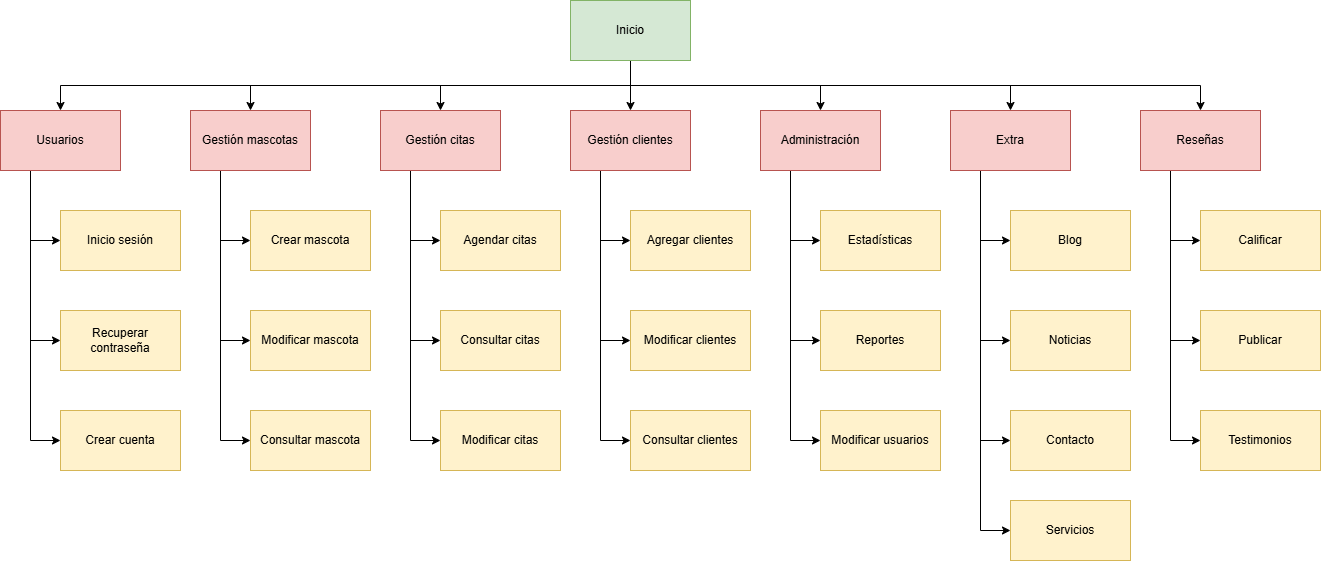
This is views/img/sitemap.png from JeremyAB2004/veterinaria_happy_dog, a draw.io export, as it was before one commit. Source tidied: cells renumbered, new cells last; positions are measured from the earlier drawing's top-left corner, leaving out a move shared by most shapes.
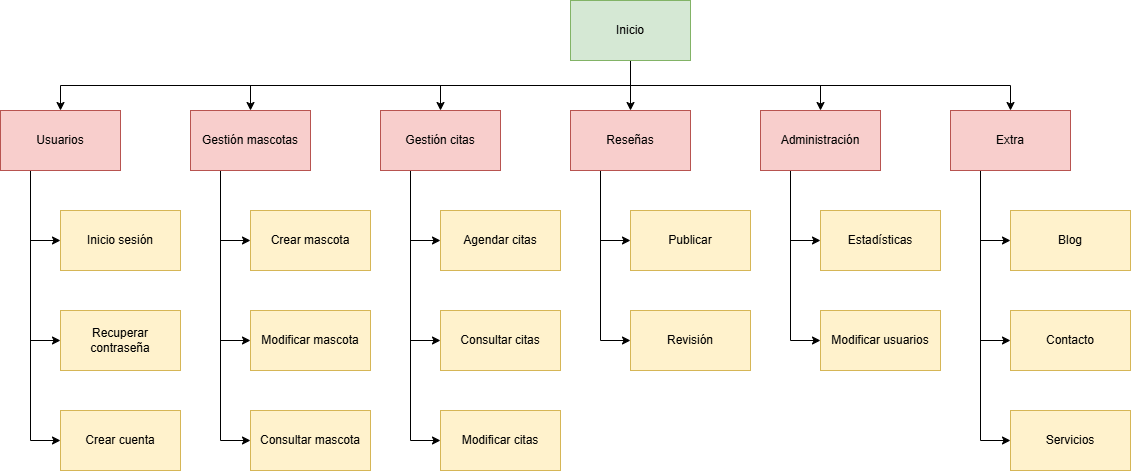
After the change.

Commit message:
Sitemap ajuste

Actualización del sitemap

Diff of the diagram source:
```diff
@@ -11,9 +11,6 @@
     <mxCell id="4" style="edgeStyle=orthogonalEdgeStyle;rounded=0;jettySize=auto;html=1;exitX=0.5;exitY=1;exitDx=0;exitDy=0;entryX=0.5;entryY=0;entryDx=0;entryDy=0;" parent="1" edge="1" source="9" target="26">
       <mxGeometry relative="1" as="geometry" />
     </mxCell>
-    <mxCell id="5" style="edgeStyle=orthogonalEdgeStyle;rounded=0;jettySize=auto;html=1;exitX=0.5;exitY=1;exitDx=0;exitDy=0;entryX=0.5;entryY=0;entryDx=0;entryDy=0;" parent="1" edge="1" source="9" target="38">
-      <mxGeometry relative="1" as="geometry" />
-    </mxCell>
     <mxCell id="6" style="edgeStyle=orthogonalEdgeStyle;rounded=0;jettySize=auto;html=1;exitX=0.5;exitY=1;exitDx=0;exitDy=0;entryX=0.5;entryY=0;entryDx=0;entryDy=0;" parent="1" edge="1" source="9" target="55">
       <mxGeometry relative="1" as="geometry" />
     </mxCell>
@@ -89,9 +86,6 @@
     <mxCell id="30" style="edgeStyle=orthogonalEdgeStyle;rounded=0;jettySize=auto;html=1;exitX=0.25;exitY=1;exitDx=0;exitDy=0;entryX=0;entryY=0.5;entryDx=0;entryDy=0;" parent="1" edge="1" source="33" target="34">
       <mxGeometry relative="1" as="geometry" />
     </mxCell>
-    <mxCell id="31" style="edgeStyle=orthogonalEdgeStyle;rounded=0;jettySize=auto;html=1;exitX=0.25;exitY=1;exitDx=0;exitDy=0;entryX=0;entryY=0.5;entryDx=0;entryDy=0;" parent="1" edge="1" source="33" target="42">
-      <mxGeometry relative="1" as="geometry" />
-    </mxCell>
     <mxCell id="32" style="edgeStyle=orthogonalEdgeStyle;rounded=0;jettySize=auto;html=1;exitX=0.25;exitY=1;exitDx=0;exitDy=0;entryX=0;entryY=0.5;entryDx=0;entryDy=0;" parent="1" edge="1" source="33" target="43">
       <mxGeometry relative="1" as="geometry" />
     </mxCell>
@@ -101,39 +95,12 @@
     <mxCell id="34" value="Estadísticas" style="rounded=0;whiteSpace=wrap;html=1;fillColor=#fff2cc;strokeColor=#d6b656;fillStyle=auto;" parent="1" vertex="1">
       <mxGeometry x="820" y="210" width="120" height="60" as="geometry" />
     </mxCell>
-    <mxCell id="35" style="edgeStyle=orthogonalEdgeStyle;rounded=0;jettySize=auto;html=1;exitX=0.25;exitY=1;exitDx=0;exitDy=0;entryX=0;entryY=0.5;entryDx=0;entryDy=0;" parent="1" edge="1" source="38" target="39">
-      <mxGeometry relative="1" as="geometry" />
-    </mxCell>
-    <mxCell id="36" style="edgeStyle=orthogonalEdgeStyle;rounded=0;jettySize=auto;html=1;exitX=0.25;exitY=1;exitDx=0;exitDy=0;entryX=0;entryY=0.5;entryDx=0;entryDy=0;" parent="1" edge="1" source="38" target="40">
-      <mxGeometry relative="1" as="geometry" />
-    </mxCell>
-    <mxCell id="37" style="edgeStyle=orthogonalEdgeStyle;rounded=0;jettySize=auto;html=1;exitX=0.25;exitY=1;exitDx=0;exitDy=0;entryX=0;entryY=0.5;entryDx=0;entryDy=0;" parent="1" edge="1" source="38" target="41">
-      <mxGeometry relative="1" as="geometry" />
-    </mxCell>
-    <mxCell id="38" value="Gestión clientes" style="rounded=0;whiteSpace=wrap;html=1;fillColor=#f8cecc;strokeColor=#b85450;" parent="1" vertex="1">
-      <mxGeometry x="570" y="110" width="120" height="60" as="geometry" />
-    </mxCell>
-    <mxCell id="39" value="Agregar clientes" style="rounded=0;whiteSpace=wrap;html=1;fillColor=#fff2cc;strokeColor=#d6b656;fillStyle=auto;" parent="1" vertex="1">
-      <mxGeometry x="630" y="210" width="120" height="60" as="geometry" />
-    </mxCell>
-    <mxCell id="40" value="Modificar clientes" style="rounded=0;whiteSpace=wrap;html=1;fillColor=#fff2cc;strokeColor=#d6b656;fillStyle=auto;" parent="1" vertex="1">
-      <mxGeometry x="630" y="310" width="120" height="60" as="geometry" />
-    </mxCell>
-    <mxCell id="41" value="Consultar clientes" style="rounded=0;whiteSpace=wrap;html=1;fillColor=#fff2cc;strokeColor=#d6b656;fillStyle=auto;" parent="1" vertex="1">
-      <mxGeometry x="630" y="410" width="120" height="60" as="geometry" />
-    </mxCell>
-    <mxCell id="42" value="Reportes" style="rounded=0;whiteSpace=wrap;html=1;fillColor=#fff2cc;strokeColor=#d6b656;fillStyle=auto;" parent="1" vertex="1">
-      <mxGeometry x="820" y="310" width="120" height="60" as="geometry" />
-    </mxCell>
     <mxCell id="43" value="Modificar usuarios" style="rounded=0;whiteSpace=wrap;html=1;fillColor=#fff2cc;strokeColor=#d6b656;fillStyle=auto;" parent="1" vertex="1">
-      <mxGeometry x="820" y="410" width="120" height="60" as="geometry" />
+      <mxGeometry x="820" y="310" width="120" height="60" as="geometry" />
     </mxCell>
     <mxCell id="44" style="edgeStyle=orthogonalEdgeStyle;rounded=0;jettySize=auto;html=1;exitX=0.25;exitY=1;exitDx=0;exitDy=0;entryX=0;entryY=0.5;entryDx=0;entryDy=0;" parent="1" edge="1" source="48" target="49">
       <mxGeometry relative="1" as="geometry" />
     </mxCell>
-    <mxCell id="45" style="edgeStyle=orthogonalEdgeStyle;rounded=0;jettySize=auto;html=1;exitX=0.25;exitY=1;exitDx=0;exitDy=0;entryX=0;entryY=0.5;entryDx=0;entryDy=0;" parent="1" edge="1" source="48" target="50">
-      <mxGeometry relative="1" as="geometry" />
-    </mxCell>
     <mxCell id="46" style="edgeStyle=orthogonalEdgeStyle;rounded=0;jettySize=auto;html=1;exitX=0.25;exitY=1;exitDx=0;exitDy=0;entryX=0;entryY=0.5;entryDx=0;entryDy=0;" parent="1" edge="1" source="48" target="51">
       <mxGeometry relative="1" as="geometry" />
     </mxCell>
@@ -146,38 +113,29 @@
     <mxCell id="49" value="Blog" style="rounded=0;whiteSpace=wrap;html=1;fillColor=#fff2cc;strokeColor=#d6b656;fillStyle=auto;" parent="1" vertex="1">
       <mxGeometry x="1010" y="210" width="120" height="60" as="geometry" />
     </mxCell>
-    <mxCell id="50" value="Noticias" style="rounded=0;whiteSpace=wrap;html=1;fillColor=#fff2cc;strokeColor=#d6b656;fillStyle=auto;" parent="1" vertex="1">
-      <mxGeometry x="1010" y="310" width="120" height="60" as="geometry" />
-    </mxCell>
     <mxCell id="51" value="Contacto" style="rounded=0;whiteSpace=wrap;html=1;fillColor=#fff2cc;strokeColor=#d6b656;fillStyle=auto;" parent="1" vertex="1">
-      <mxGeometry x="1010" y="410" width="120" height="60" as="geometry" />
+      <mxGeometry x="1010" y="310" width="120" height="60" as="geometry" />
     </mxCell>
     <mxCell id="52" style="edgeStyle=orthogonalEdgeStyle;rounded=0;jettySize=auto;html=1;exitX=0.25;exitY=1;exitDx=0;exitDy=0;entryX=0;entryY=0.5;entryDx=0;entryDy=0;" parent="1" edge="1" source="55" target="56">
       <mxGeometry relative="1" as="geometry" />
     </mxCell>
-    <mxCell id="53" style="edgeStyle=orthogonalEdgeStyle;rounded=0;jettySize=auto;html=1;exitX=0.25;exitY=1;exitDx=0;exitDy=0;entryX=0;entryY=0.5;entryDx=0;entryDy=0;" parent="1" edge="1" source="55" target="57">
-      <mxGeometry relative="1" as="geometry" />
-    </mxCell>
-    <mxCell id="54" style="edgeStyle=orthogonalEdgeStyle;rounded=0;jettySize=auto;html=1;exitX=0.25;exitY=1;exitDx=0;exitDy=0;entryX=0;entryY=0.5;entryDx=0;entryDy=0;" parent="1" edge="1" source="55" target="59">
-      <mxGeometry relative="1" as="geometry" />
-    </mxCell>
+    <mxCell id="61" style="edgeStyle=orthogonalEdgeStyle;rounded=0;jettySize=auto;html=1;exitX=0.25;exitY=1;exitDx=0;exitDy=0;entryX=0;entryY=0.5;entryDx=0;entryDy=0;" parent="1" edge="1" source="55" target="62">
+      <mxGeometry relative="1" as="geometry" />
+    </mxCell>
     <mxCell id="55" value="Reseñas" style="rounded=0;whiteSpace=wrap;html=1;fillColor=#f8cecc;strokeColor=#b85450;" parent="1" vertex="1">
-      <mxGeometry x="1140" y="110" width="120" height="60" as="geometry" />
+      <mxGeometry x="570" y="110" width="120" height="60" as="geometry" />
     </mxCell>
-    <mxCell id="56" value="Calificar" style="rounded=0;whiteSpace=wrap;html=1;fillColor=#fff2cc;strokeColor=#d6b656;fillStyle=auto;" parent="1" vertex="1">
-      <mxGeometry x="1200" y="210" width="120" height="60" as="geometry" />
+    <mxCell id="56" value="Publicar" style="rounded=0;whiteSpace=wrap;html=1;fillColor=#fff2cc;strokeColor=#d6b656;fillStyle=auto;" parent="1" vertex="1">
+      <mxGeometry x="630" y="210" width="120" height="60" as="geometry" />
     </mxCell>
-    <mxCell id="57" value="Publicar" style="rounded=0;whiteSpace=wrap;html=1;fillColor=#fff2cc;strokeColor=#d6b656;fillStyle=auto;" parent="1" vertex="1">
-      <mxGeometry x="1200" y="310" width="120" height="60" as="geometry" />
-    </mxCell>
     <mxCell id="58" value="Crear cuenta" style="rounded=0;whiteSpace=wrap;html=1;fillColor=#fff2cc;strokeColor=#d6b656;fillStyle=auto;" parent="1" vertex="1">
       <mxGeometry x="60" y="410" width="120" height="60" as="geometry" />
     </mxCell>
-    <mxCell id="59" value="Testimonios" style="rounded=0;whiteSpace=wrap;html=1;fillColor=#fff2cc;strokeColor=#d6b656;fillStyle=auto;" parent="1" vertex="1">
-      <mxGeometry x="1200" y="410" width="120" height="60" as="geometry" />
-    </mxCell>
     <mxCell id="60" value="Servicios" style="rounded=0;whiteSpace=wrap;html=1;fillColor=#fff2cc;strokeColor=#d6b656;fillStyle=auto;" parent="1" vertex="1">
-      <mxGeometry x="1010" y="500" width="120" height="60" as="geometry" />
+      <mxGeometry x="1010" y="410" width="120" height="60" as="geometry" />
     </mxCell>
+    <mxCell id="62" value="Revisión" style="rounded=0;whiteSpace=wrap;html=1;fillColor=#fff2cc;strokeColor=#d6b656;fillStyle=auto;" parent="1" vertex="1">
+      <mxGeometry x="630" y="310" width="120" height="60" as="geometry" />
+    </mxCell>
   </root>
 </mxGraphModel>
```
